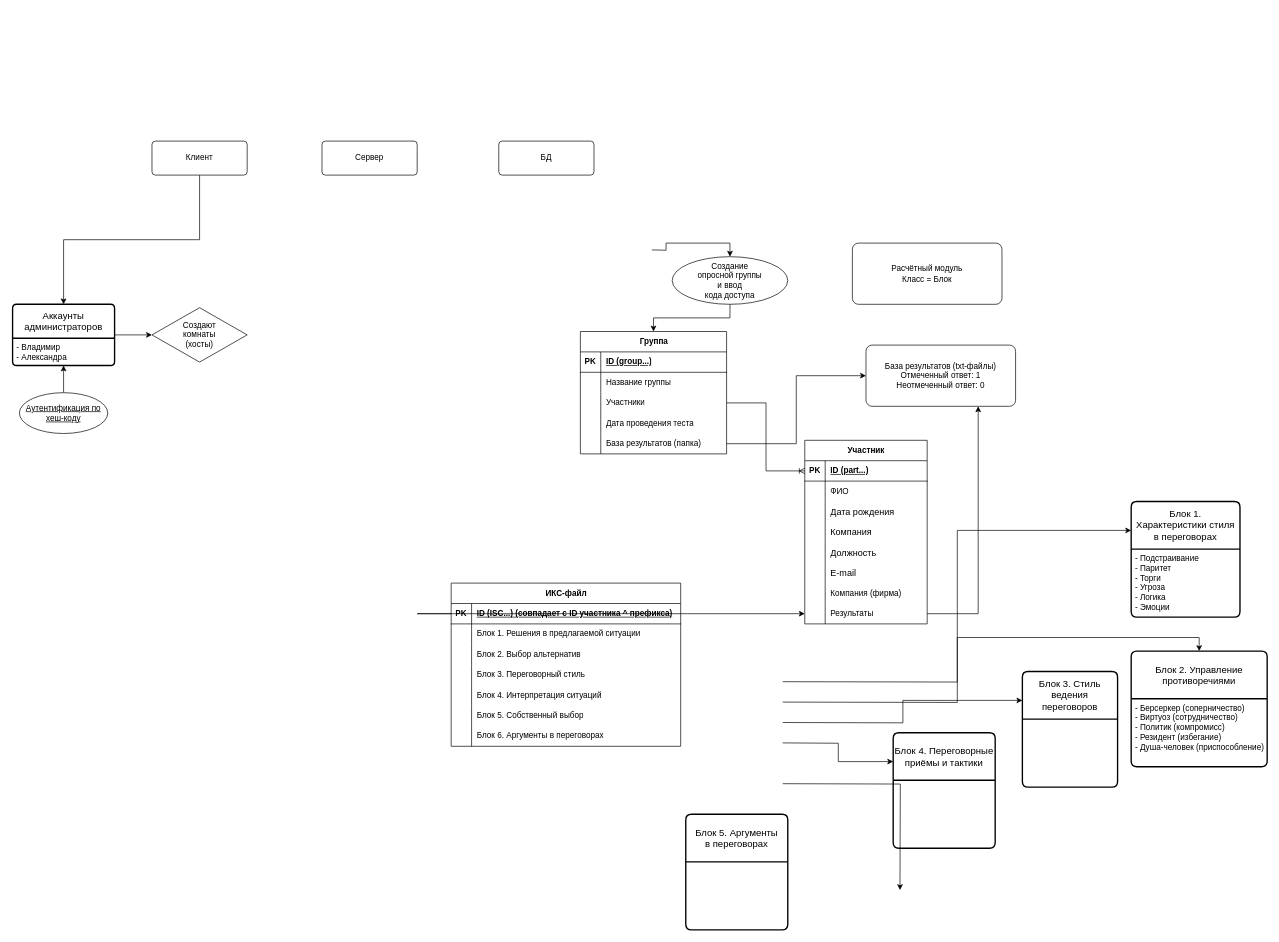
The draw.io diagram ИКС-файл.drawio in apakufai/ISeC_workfiles, before the edit. Source tidied: cells renumbered, new cells numbered last; positions are measured from the earlier drawing's top-left corner, leaving out a move shared by most shapes. Both pictures are drawn from the tidied source at 68%, with x=0, y=0 at pixel (12, 141).
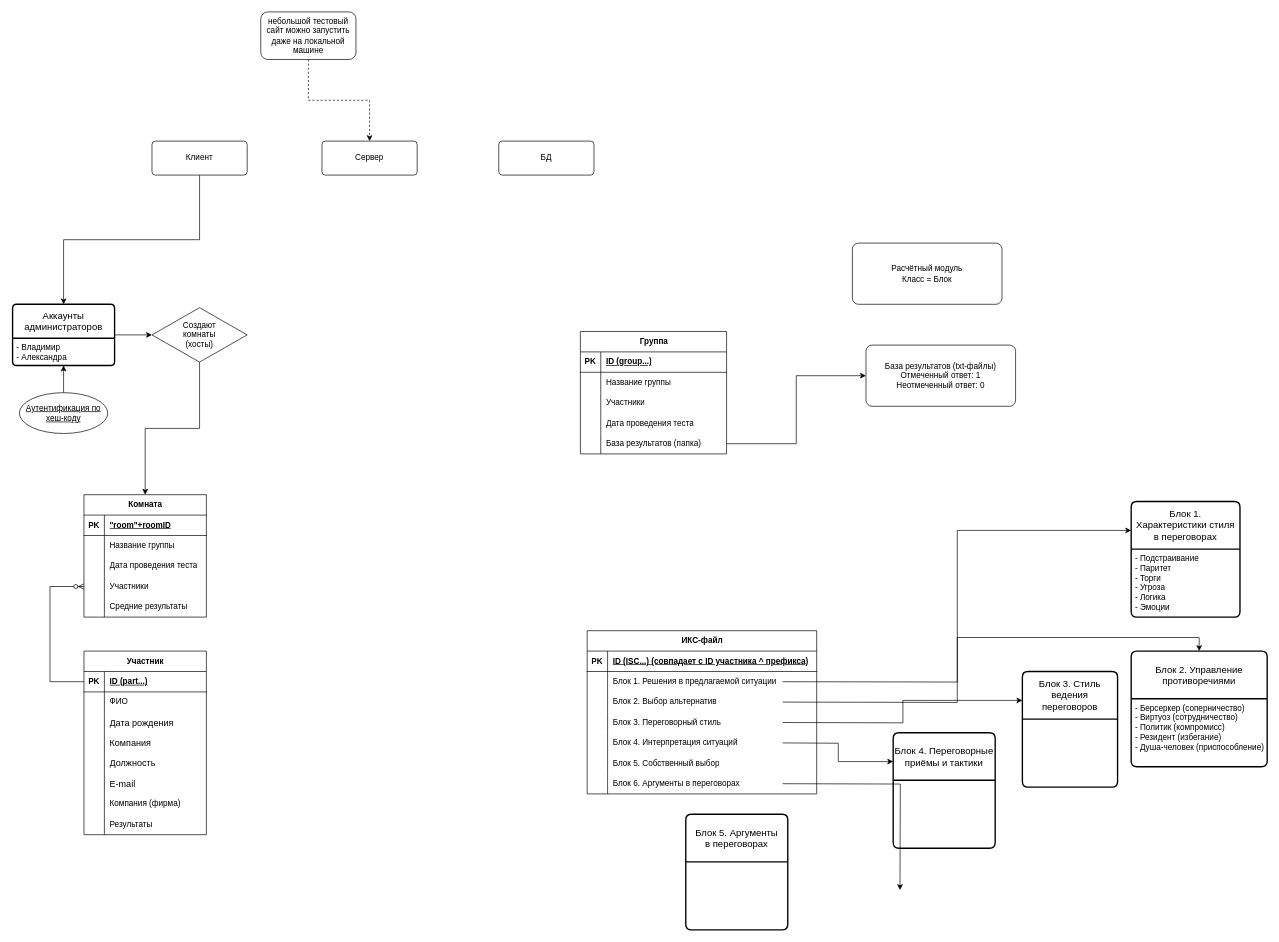
The same diagram, later.

The change refers to these unchanged cells:
```xml
<mxCell id="5" value="Группа" style="shape=table;startSize=30;childLayout=tableLayout;rowLines=0;fontStyle=1;align=center;html=1;" parent="1" vertex="1">
  <mxGeometry x="835" y="280" width="215" height="180" as="geometry" />
</mxCell>
<mxCell id="12" style="shape=tableRow;horizontal=0;startSize=0;swimlaneHead=0;swimlaneBody=0;fillColor=none;points=[[0,0.5],[1,0.5]];portConstraint=eastwest;top=0;left=0;right=0;bottom=0;" parent="5" vertex="1">
  <mxGeometry y="90" width="215" height="30" as="geometry" />
</mxCell>
<mxCell id="28" style="shape=tableRow;horizontal=0;startSize=0;swimlaneHead=0;swimlaneBody=0;fillColor=none;points=[[0,0.5],[1,0.5]];portConstraint=eastwest;top=0;left=0;right=0;bottom=1;" parent="27" vertex="1">
  <mxGeometry y="30" width="337.5" height="30" as="geometry" />
</mxCell>
<mxCell id="54" value="База результатов (txt-файлы)&lt;div&gt;Отмеченный ответ: 1&lt;/div&gt;&lt;div&gt;Неотмеченный ответ: 0&lt;/div&gt;" style="rounded=1;arcSize=10;whiteSpace=wrap;html=1;align=center;" parent="1" vertex="1">
  <mxGeometry x="1255" y="300" width="220" height="90" as="geometry" />
</mxCell>
<mxCell id="57" style="shape=tableRow;horizontal=0;startSize=0;swimlaneHead=0;swimlaneBody=0;fillColor=none;points=[[0,0.5],[1,0.5]];portConstraint=eastwest;top=0;left=0;right=0;bottom=1;" parent="56" vertex="1">
  <mxGeometry y="30" width="180" height="30" as="geometry" />
</mxCell>
<mxCell id="78" style="shape=tableRow;horizontal=0;startSize=0;swimlaneHead=0;swimlaneBody=0;fillColor=none;points=[[0,0.5],[1,0.5]];portConstraint=eastwest;top=0;left=0;right=0;bottom=0;" parent="56" vertex="1">
  <mxGeometry y="240" width="180" height="30" as="geometry" />
</mxCell>
<mxCell id="93" value="Сервер" style="rounded=1;arcSize=10;whiteSpace=wrap;html=1;align=center;" parent="1" vertex="1">
  <mxGeometry x="455" width="140" height="50" as="geometry" />
</mxCell>
<mxCell id="95" value="Создают&lt;div&gt;комнаты&lt;div&gt;(хосты)&lt;/div&gt;&lt;/div&gt;" style="shape=rhombus;perimeter=rhombusPerimeter;whiteSpace=wrap;html=1;align=center;" parent="1" vertex="1">
  <mxGeometry x="205" y="245" width="140" height="80" as="geometry" />
</mxCell>
```

Change to the diagram source:
```diff
@@
-    <mxCell id="23" style="edgeStyle=orthogonalEdgeStyle;rounded=0;jettySize=auto;html=1;exitX=1;exitY=0;exitDx=0;exitDy=0;entryX=0.5;entryY=0;entryDx=0;entryDy=0;" parent="1" edge="1" target="25">
-      <mxGeometry relative="1" as="geometry">
-        <mxPoint x="940" y="160" as="sourcePoint" />
-      </mxGeometry>
-    </mxCell>
-    <mxCell id="24" style="edgeStyle=orthogonalEdgeStyle;rounded=0;jettySize=auto;html=1;entryX=0.5;entryY=0;entryDx=0;entryDy=0;" parent="1" edge="1" source="25" target="5">
-      <mxGeometry relative="1" as="geometry" />
-    </mxCell>
-    <mxCell id="25" value="Создание&lt;div&gt;опросной группы&lt;/div&gt;&lt;div&gt;и ввод&lt;/div&gt;&lt;div&gt;кода доступа&lt;/div&gt;" style="ellipse;whiteSpace=wrap;html=1;align=center;" parent="1" vertex="1">
-      <mxGeometry x="970" y="170" width="170" height="70" as="geometry" />
-    </mxCell>
-    <mxCell id="26" style="edgeStyle=elbowEdgeStyle;fontSize=12;html=1;endArrow=ERoneToMany;rounded=0;exitX=1;exitY=0.5;exitDx=0;exitDy=0;entryX=0;entryY=0.5;entryDx=0;entryDy=0;" parent="1" edge="1" source="12" target="57">
-      <mxGeometry relative="1" as="geometry" />
-    </mxCell>
     <mxCell id="27" value="ИКС-файл" style="shape=table;startSize=30;childLayout=tableLayout;rowLines=0;fontStyle=1;align=center;html=1;" parent="1" vertex="1">
-      <mxGeometry x="645" y="650" width="337.5" height="240" as="geometry" />
+      <mxGeometry x="845" y="720" width="337.5" height="240" as="geometry" />
     </mxCell>
@@
-    <mxCell id="53" style="edgeStyle=elbowEdgeStyle;rounded=0;jettySize=auto;html=1;exitX=0;exitY=0.5;exitDx=0;exitDy=0;entryX=0;entryY=0.5;entryDx=0;entryDy=0;" parent="1" edge="1" source="28" target="78">
-      <mxGeometry relative="1" as="geometry">
-        <Array as="points">
-          <mxPoint x="595" y="700" />
-        </Array>
-      </mxGeometry>
-    </mxCell>
@@
     <mxCell id="56" value="Участник" style="shape=table;startSize=30;childLayout=tableLayout;rowLines=0;fontStyle=1;align=center;html=1;" parent="1" vertex="1">
-      <mxGeometry x="1165" y="440" width="180" height="270" as="geometry" />
+      <mxGeometry x="105" y="750" width="180" height="270" as="geometry" />
     </mxCell>
@@
-    <mxCell id="81" style="edgeStyle=orthogonalEdgeStyle;rounded=0;jettySize=auto;html=1;entryX=0.75;entryY=1;entryDx=0;entryDy=0;" parent="1" edge="1" source="78" target="54">
-      <mxGeometry relative="1" as="geometry" />
-    </mxCell>
@@
+    <mxCell id="96" style="edgeStyle=orthogonalEdgeStyle;rounded=0;jettySize=auto;html=1;exitX=0.5;exitY=1;exitDx=0;exitDy=0;" parent="1" edge="1" source="95" target="99">
+      <mxGeometry relative="1" as="geometry" />
+    </mxCell>
@@
+    <mxCell id="97" style="edgeStyle=orthogonalEdgeStyle;rounded=0;jettySize=auto;html=1;exitX=0.5;exitY=1;exitDx=0;exitDy=0;entryX=0.5;entryY=0;entryDx=0;entryDy=0;dashed=1;endSize=6;" parent="1" edge="1" source="98" target="93">
+      <mxGeometry relative="1" as="geometry" />
+    </mxCell>
+    <mxCell id="98" value="небольшой тестовый сайт можно запустить даже на локальной машине" style="rounded=1;whiteSpace=wrap;html=1;" parent="1" vertex="1">
+      <mxGeometry x="365" y="-190" width="140" height="70" as="geometry" />
+    </mxCell>
+    <mxCell id="99" value="Комната" style="shape=table;startSize=30;childLayout=tableLayout;rowLines=0;fontStyle=1;align=center;html=1;" parent="1" vertex="1">
+      <mxGeometry x="105" y="520" width="180" height="180" as="geometry" />
+    </mxCell>
+    <mxCell id="100" style="shape=tableRow;horizontal=0;startSize=0;swimlaneHead=0;swimlaneBody=0;fillColor=none;top=0;left=0;right=0;bottom=1;" parent="99" vertex="1">
+      <mxGeometry y="30" width="180" height="30" as="geometry" />
+    </mxCell>
+    <mxCell id="101" value="PK" style="shape=partialRectangle;fillColor=none;top=0;left=0;bottom=0;right=0;fontStyle=1;overflow=hidden;whiteSpace=wrap;html=1;" parent="100" vertex="1">
+      <mxGeometry width="30" height="30" as="geometry" />
+    </mxCell>
+    <mxCell id="102" value="&quot;room&quot;+roomID" style="shape=partialRectangle;fillColor=none;top=0;left=0;bottom=0;right=0;align=left;spacingLeft=6;fontStyle=5;overflow=hidden;whiteSpace=wrap;html=1;" parent="100" vertex="1">
+      <mxGeometry x="30" width="150" height="30" as="geometry" />
+    </mxCell>
+    <mxCell id="103" style="shape=tableRow;horizontal=0;startSize=0;swimlaneHead=0;swimlaneBody=0;fillColor=none;top=0;left=0;right=0;bottom=0;" parent="99" vertex="1">
+      <mxGeometry y="60" width="180" height="30" as="geometry" />
+    </mxCell>
+    <mxCell id="104" style="shape=partialRectangle;fillColor=none;top=0;left=0;bottom=0;right=0;overflow=hidden;whiteSpace=wrap;html=1;" parent="103" vertex="1">
+      <mxGeometry width="30" height="30" as="geometry" />
+    </mxCell>
+    <mxCell id="105" value="Название группы" style="shape=partialRectangle;fillColor=none;top=0;left=0;bottom=0;right=0;align=left;spacingLeft=6;overflow=hidden;whiteSpace=wrap;html=1;" parent="103" vertex="1">
+      <mxGeometry x="30" width="150" height="30" as="geometry" />
+    </mxCell>
+    <mxCell id="106" style="shape=tableRow;horizontal=0;startSize=0;swimlaneHead=0;swimlaneBody=0;fillColor=none;top=0;left=0;right=0;bottom=0;" parent="99" vertex="1">
+      <mxGeometry y="90" width="180" height="30" as="geometry" />
+    </mxCell>
+    <mxCell id="107" style="shape=partialRectangle;fillColor=none;top=0;left=0;bottom=0;right=0;overflow=hidden;whiteSpace=wrap;html=1;" parent="106" vertex="1">
+      <mxGeometry width="30" height="30" as="geometry" />
+    </mxCell>
+    <mxCell id="108" value="Дата проведения теста" style="shape=partialRectangle;fillColor=none;top=0;left=0;bottom=0;right=0;align=left;spacingLeft=6;overflow=hidden;whiteSpace=wrap;html=1;" parent="106" vertex="1">
+      <mxGeometry x="30" width="150" height="30" as="geometry" />
+    </mxCell>
+    <mxCell id="109" style="shape=tableRow;horizontal=0;startSize=0;swimlaneHead=0;swimlaneBody=0;fillColor=none;points=[[0,0.5],[1,0.5]];portConstraint=eastwest;top=0;left=0;right=0;bottom=0;" parent="99" vertex="1">
+      <mxGeometry y="120" width="180" height="30" as="geometry" />
+    </mxCell>
+    <mxCell id="110" style="shape=partialRectangle;fillColor=none;top=0;left=0;bottom=0;right=0;overflow=hidden;whiteSpace=wrap;html=1;" parent="109" vertex="1">
+      <mxGeometry width="30" height="30" as="geometry" />
+    </mxCell>
+    <mxCell id="111" value="Участники" style="shape=partialRectangle;fillColor=none;top=0;left=0;bottom=0;right=0;align=left;spacingLeft=6;overflow=hidden;whiteSpace=wrap;html=1;" parent="109" vertex="1">
+      <mxGeometry x="30" width="150" height="30" as="geometry" />
+    </mxCell>
+    <mxCell id="112" style="shape=tableRow;horizontal=0;startSize=0;swimlaneHead=0;swimlaneBody=0;fillColor=none;top=0;left=0;right=0;bottom=0;" parent="99" vertex="1">
+      <mxGeometry y="150" width="180" height="30" as="geometry" />
+    </mxCell>
+    <mxCell id="113" style="shape=partialRectangle;fillColor=none;top=0;left=0;bottom=0;right=0;overflow=hidden;whiteSpace=wrap;html=1;" parent="112" vertex="1">
+      <mxGeometry width="30" height="30" as="geometry" />
+    </mxCell>
+    <mxCell id="114" value="Средние результаты" style="shape=partialRectangle;fillColor=none;top=0;left=0;bottom=0;right=0;align=left;spacingLeft=6;overflow=hidden;whiteSpace=wrap;html=1;" parent="112" vertex="1">
+      <mxGeometry x="30" width="150" height="30" as="geometry" />
+    </mxCell>
+    <mxCell id="115" style="edgeStyle=orthogonalEdgeStyle;fontSize=12;html=1;endArrow=ERzeroToMany;endFill=1;rounded=0;entryX=0;entryY=0.5;entryDx=0;entryDy=0;exitX=0;exitY=0.5;exitDx=0;exitDy=0;" parent="1" edge="1" source="57" target="109">
+      <mxGeometry relative="1" as="geometry">
+        <Array as="points">
+          <mxPoint x="55" y="795" />
+          <mxPoint x="55" y="655" />
+        </Array>
+      </mxGeometry>
+    </mxCell>
```
